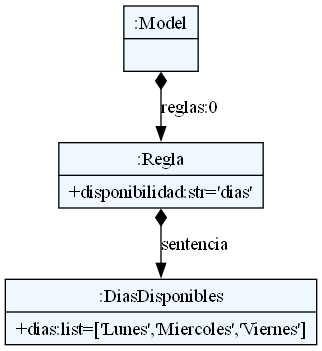
The Graphviz diagram dsl/ast.png in Patrick-beep-ui/KURE, before a commit. Its source is kept beside it as dsl/ast.dot.
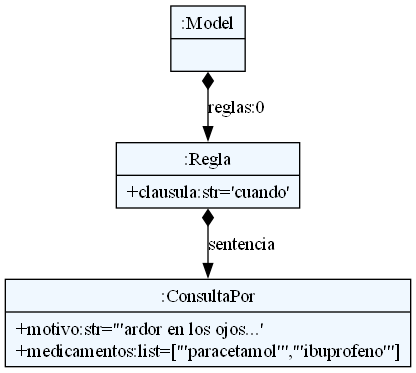
After the commit.

The edit, as a diff of the source:
```diff
@@ -10,10 +10,10 @@
     edge[dir=black,arrowtail=empty]
 
 
-1420485581696 -> 1420485581744 [label="reglas:0" arrowtail=diamond dir=both]
-1420485581744 -> 1420485581600 [label="sentencia" arrowtail=diamond dir=both]
-1420485581600[label="{:DiasDisponibles|+dias:list=['Lunes','Miercoles','Viernes']\l}"]
-1420485581744[label="{:Regla|+disponibilidad:str='dias'\l}"]
-1420485581696[label="{:Model|}"]
+1596756318480 -> 1596756318624 [label="reglas:0" arrowtail=diamond dir=both]
+1596756318624 -> 1596756318720 [label="sentencia" arrowtail=diamond dir=both]
+1596756318720[label="{:ConsultaPor|+motivo:str='\"ardor en los ojos\...'\l+medicamentos:list=['\"paracetamol\"','\"ibuprofeno\"']\l}"]
+1596756318624[label="{:Regla|+clausula:str='cuando'\l}"]
+1596756318480[label="{:Model|}"]
 
 }
```
